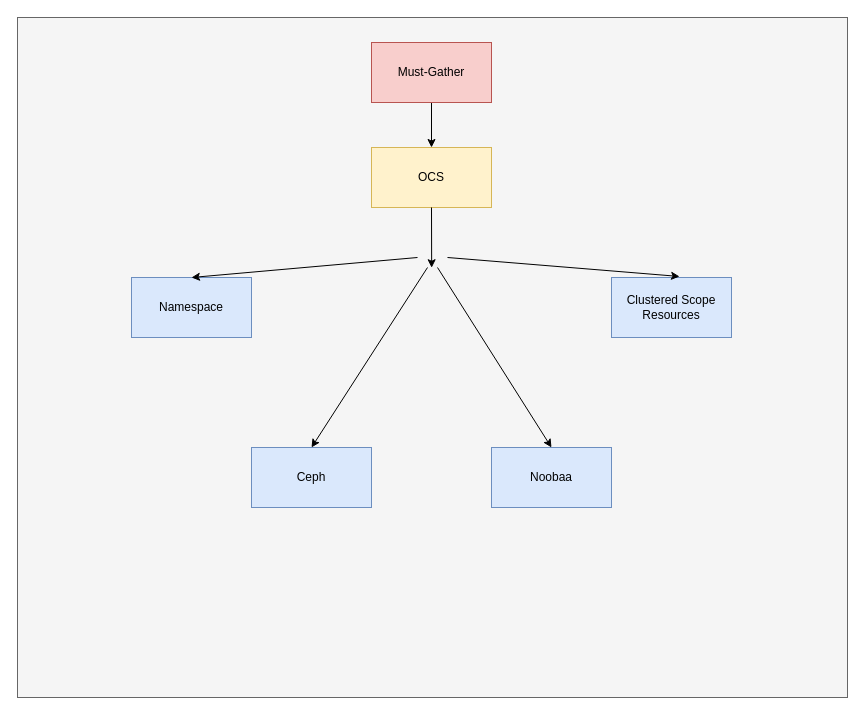
Before: Untitled Diagram.drawio in crombus/github, a draw.io diagram. Source tidied: cells renumbered, new cells numbered last; positions are measured from the earlier drawing's top-left corner, leaving out a move shared by most shapes. Both pictures are drawn from the tidied source at 100%, with x=0, y=0 at pixel (17, 17).
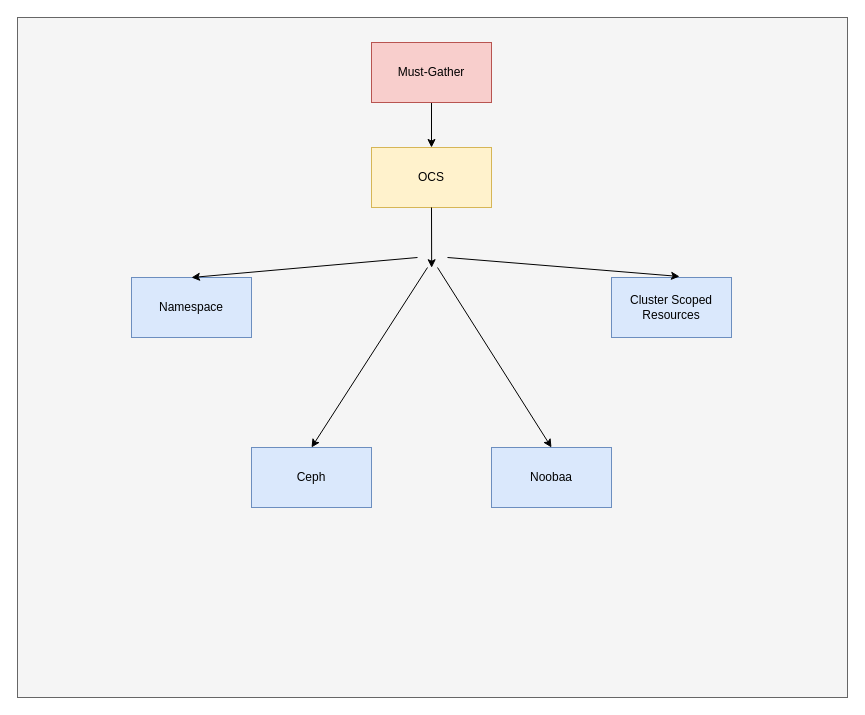
The same diagram, later.

Commit message:
correct name dir

What changed in the source:
```diff
@@
 <mxGraphModel>
   <root>
     <mxCell id="0" />
     <mxCell id="1" parent="0" />
     <mxCell id="2" style="rounded=0;whiteSpace=wrap;html=1;fillColor=#f5f5f5;strokeColor=#666666;fontColor=#333333;" parent="1" vertex="1">
       <mxGeometry width="830" height="680" as="geometry" />
     </mxCell>
     <mxCell id="3" style="edgeStyle=orthogonalEdgeStyle;rounded=0;jettySize=auto;html=1;" parent="1" edge="1" source="4" target="5">
       <mxGeometry relative="1" as="geometry" />
     </mxCell>
     <mxCell id="4" value="Must-Gather" style="rounded=0;whiteSpace=wrap;html=1;fillColor=#f8cecc;strokeColor=#b85450;" parent="1" vertex="1">
       <mxGeometry x="354" y="25" width="120" height="60" as="geometry" />
     </mxCell>
     <mxCell id="5" value="OCS" style="rounded=0;whiteSpace=wrap;html=1;fillColor=#fff2cc;strokeColor=#d6b656;" parent="1" vertex="1">
       <mxGeometry x="354" y="130" width="120" height="60" as="geometry" />
     </mxCell>
     <mxCell id="6" value="Namespace" style="rounded=0;whiteSpace=wrap;html=1;fillColor=#dae8fc;strokeColor=#6c8ebf;" parent="1" vertex="1">
       <mxGeometry x="114" y="260" width="120" height="60" as="geometry" />
     </mxCell>
-    <mxCell id="7" value="Clustered Scope&lt;br&gt;Resources" style="rounded=0;whiteSpace=wrap;html=1;fillColor=#dae8fc;strokeColor=#6c8ebf;" parent="1" vertex="1">
+    <mxCell id="7" value="Cluster Scoped&lt;br&gt;Resources" style="rounded=0;whiteSpace=wrap;html=1;fillColor=#dae8fc;strokeColor=#6c8ebf;" parent="1" vertex="1">
       <mxGeometry x="594" y="260" width="120" height="60" as="geometry" />
     </mxCell>
     <mxCell id="8" value="Ceph" style="rounded=0;whiteSpace=wrap;html=1;fillColor=#dae8fc;strokeColor=#6c8ebf;" parent="1" vertex="1">
       <mxGeometry x="234" y="430" width="120" height="60" as="geometry" />
     </mxCell>
     <mxCell id="9" value="Noobaa" style="rounded=0;whiteSpace=wrap;html=1;fillColor=#dae8fc;strokeColor=#6c8ebf;" parent="1" vertex="1">
       <mxGeometry x="474" y="430" width="120" height="60" as="geometry" />
     </mxCell>
     <mxCell id="10" style="endArrow=classic;html=1;exitX=0.5;exitY=1;exitDx=0;exitDy=0;entryX=0.499;entryY=0.368;entryDx=0;entryDy=0;entryPerimeter=0;" parent="1" edge="1" source="5" target="2">
       <mxGeometry relative="1" as="geometry" />
     </mxCell>
     <mxCell id="11" style="endArrow=classic;html=1;entryX=0.5;entryY=0;entryDx=0;entryDy=0;" parent="1" edge="1" target="6">
       <mxGeometry relative="1" as="geometry">
         <mxPoint x="400" y="240" as="sourcePoint" />
       </mxGeometry>
     </mxCell>
     <mxCell id="12" style="endArrow=classic;html=1;entryX=0.5;entryY=0;entryDx=0;entryDy=0;" parent="1" edge="1" target="8">
       <mxGeometry relative="1" as="geometry">
         <mxPoint x="410" y="250" as="sourcePoint" />
       </mxGeometry>
     </mxCell>
     <mxCell id="13" style="endArrow=classic;html=1;entryX=0.567;entryY=-0.017;entryDx=0;entryDy=0;entryPerimeter=0;" parent="1" edge="1" target="7">
       <mxGeometry relative="1" as="geometry">
         <mxPoint x="430" y="240" as="sourcePoint" />
       </mxGeometry>
     </mxCell>
     <mxCell id="14" style="endArrow=classic;html=1;entryX=0.5;entryY=0;entryDx=0;entryDy=0;" parent="1" edge="1" target="9">
       <mxGeometry relative="1" as="geometry">
         <mxPoint x="420" y="250" as="sourcePoint" />
       </mxGeometry>
     </mxCell>
   </root>
 </mxGraphModel>
```
